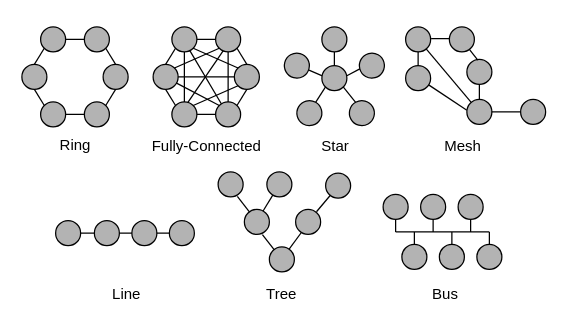
Earlier version of the draw.io diagram img/readme/Topologies.drawio (IvanComp/COORDINATE-2.0). Source tidied: cells renumbered, new cells numbered last; positions are measured from the earlier drawing's top-left corner, leaving out a move shared by most shapes. Both pictures are drawn from the tidied source at 125%, with x=0, y=0 at pixel (21, 26).
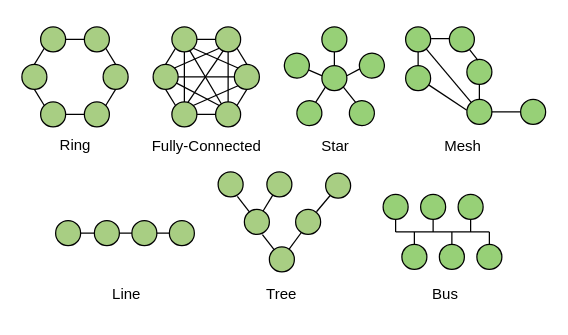
The same diagram, later.

Diff of the diagram source:
```diff
@@
-    <mxCell id="4" style="ellipse;whiteSpace=wrap;html=1;fillColor=#B3B3B3;strokeColor=light-dark(#000000, #446e2c);" parent="1" vertex="1">
+    <mxCell id="4" style="ellipse;whiteSpace=wrap;html=1;fillColor=light-dark(#a8ce83, #4a890c);strokeColor=#000000;fontColor=#ffffff;" parent="1" vertex="1">
       <mxGeometry y="30" width="20" height="20" as="geometry" />
     </mxCell>
@@
-    <mxCell id="6" style="ellipse;whiteSpace=wrap;html=1;fillColor=#B3B3B3;strokeColor=#000000;fontColor=#333333;" parent="1" vertex="1">
+    <mxCell id="6" style="ellipse;whiteSpace=wrap;html=1;fillColor=light-dark(#a8ce83, #4a890c);strokeColor=#000000;fontColor=#ffffff;" parent="1" vertex="1">
       <mxGeometry x="15" width="20" height="20" as="geometry" />
     </mxCell>
@@
-    <mxCell id="8" style="ellipse;whiteSpace=wrap;html=1;fillColor=#B3B3B3;strokeColor=light-dark(#000000, #446e2c);" parent="1" vertex="1">
+    <mxCell id="8" style="ellipse;whiteSpace=wrap;html=1;fillColor=light-dark(#a8ce83, #4a890c);strokeColor=#000000;fontColor=#ffffff;" parent="1" vertex="1">
       <mxGeometry x="15" y="60" width="20" height="20" as="geometry" />
     </mxCell>
@@
-    <mxCell id="10" style="ellipse;whiteSpace=wrap;html=1;fillColor=#B3B3B3;strokeColor=light-dark(#000000, #446e2c);" parent="1" vertex="1">
+    <mxCell id="10" style="ellipse;whiteSpace=wrap;html=1;fillColor=light-dark(#a8ce83, #4a890c);strokeColor=#000000;fontColor=#ffffff;" parent="1" vertex="1">
       <mxGeometry x="65" y="30" width="20" height="20" as="geometry" />
     </mxCell>
-    <mxCell id="11" style="ellipse;whiteSpace=wrap;html=1;fillColor=#B3B3B3;strokeColor=light-dark(#000000, #446e2c);" parent="1" vertex="1">
+    <mxCell id="11" style="ellipse;whiteSpace=wrap;html=1;fillColor=light-dark(#a8ce83, #4a890c);strokeColor=#000000;fontColor=#ffffff;" parent="1" vertex="1">
       <mxGeometry x="50" y="60" width="20" height="20" as="geometry" />
     </mxCell>
@@
-    <mxCell id="13" style="ellipse;whiteSpace=wrap;html=1;fillColor=#B3B3B3;strokeColor=light-dark(#000000, #446e2c);" parent="1" vertex="1">
+    <mxCell id="13" style="ellipse;whiteSpace=wrap;html=1;fillColor=light-dark(#a8ce83, #4a890c);strokeColor=#000000;fontColor=#ffffff;" parent="1" vertex="1">
       <mxGeometry x="27" y="155" width="20" height="20" as="geometry" />
     </mxCell>
-    <mxCell id="14" style="ellipse;whiteSpace=wrap;html=1;fillColor=#B3B3B3;strokeColor=light-dark(#000000, #446e2c);" parent="1" vertex="1">
+    <mxCell id="14" style="ellipse;whiteSpace=wrap;html=1;fillColor=light-dark(#a8ce83, #4a890c);strokeColor=#000000;fontColor=#ffffff;" parent="1" vertex="1">
       <mxGeometry x="58" y="155" width="20" height="20" as="geometry" />
     </mxCell>
-    <mxCell id="15" style="ellipse;whiteSpace=wrap;html=1;fillColor=#B3B3B3;strokeColor=light-dark(#000000, #446e2c);" parent="1" vertex="1">
+    <mxCell id="15" style="ellipse;whiteSpace=wrap;html=1;fillColor=light-dark(#a8ce83, #4a890c);strokeColor=#000000;fontColor=#ffffff;" parent="1" vertex="1">
       <mxGeometry x="88" y="155" width="20" height="20" as="geometry" />
     </mxCell>
-    <mxCell id="16" style="ellipse;whiteSpace=wrap;html=1;fillColor=#B3B3B3;strokeColor=light-dark(#000000, #446e2c);" parent="1" vertex="1">
+    <mxCell id="16" style="ellipse;whiteSpace=wrap;html=1;fillColor=light-dark(#a8ce83, #4a890c);strokeColor=#000000;fontColor=#ffffff;" parent="1" vertex="1">
       <mxGeometry x="118" y="155" width="20" height="20" as="geometry" />
     </mxCell>
-    <mxCell id="17" style="ellipse;whiteSpace=wrap;html=1;fillColor=#B3B3B3;strokeColor=light-dark(#000000, #446e2c);" parent="1" vertex="1">
+    <mxCell id="17" style="ellipse;whiteSpace=wrap;html=1;fillColor=light-dark(#a8ce83, #4a890c);strokeColor=#000000;fontColor=#ffffff;" parent="1" vertex="1">
       <mxGeometry x="50" width="20" height="20" as="geometry" />
     </mxCell>
@@
-    <mxCell id="19" style="ellipse;whiteSpace=wrap;html=1;fillColor=#B3B3B3;strokeColor=light-dark(#000000, #446e2c);" parent="1" vertex="1">
+    <mxCell id="19" style="ellipse;whiteSpace=wrap;html=1;fillColor=#97D077;strokeColor=light-dark(#000000, #446e2c);" parent="1" vertex="1">
       <mxGeometry x="289" y="134" width="20" height="20" as="geometry" />
     </mxCell>
-    <mxCell id="20" style="ellipse;whiteSpace=wrap;html=1;fillColor=#B3B3B3;strokeColor=light-dark(#000000, #446e2c);" parent="1" vertex="1">
+    <mxCell id="20" style="ellipse;whiteSpace=wrap;html=1;fillColor=#97D077;strokeColor=light-dark(#000000, #446e2c);" parent="1" vertex="1">
       <mxGeometry x="319" y="134" width="20" height="20" as="geometry" />
     </mxCell>
-    <mxCell id="21" style="ellipse;whiteSpace=wrap;html=1;fillColor=#B3B3B3;strokeColor=light-dark(#000000, #446e2c);" parent="1" vertex="1">
+    <mxCell id="21" style="ellipse;whiteSpace=wrap;html=1;fillColor=#97D077;strokeColor=light-dark(#000000, #446e2c);" parent="1" vertex="1">
       <mxGeometry x="349" y="134" width="20" height="20" as="geometry" />
     </mxCell>
@@
-    <mxCell id="24" style="ellipse;whiteSpace=wrap;html=1;fillColor=#B3B3B3;strokeColor=light-dark(#000000, #446e2c);" parent="1" vertex="1">
+    <mxCell id="24" style="ellipse;whiteSpace=wrap;html=1;fillColor=light-dark(#a8ce83, #4a890c);strokeColor=#000000;fontColor=#ffffff;" parent="1" vertex="1">
       <mxGeometry x="105" y="30" width="20" height="20" as="geometry" />
     </mxCell>
@@
-    <mxCell id="26" style="ellipse;whiteSpace=wrap;html=1;fillColor=#B3B3B3;strokeColor=light-dark(#000000, #446e2c);rotation=45;" parent="1" vertex="1">
+    <mxCell id="26" style="ellipse;whiteSpace=wrap;html=1;fillColor=light-dark(#a8ce83, #4a890c);strokeColor=#000000;rotation=45;fontColor=#ffffff;" parent="1" vertex="1">
       <mxGeometry x="120" width="20" height="20" as="geometry" />
     </mxCell>
@@
-    <mxCell id="30" style="ellipse;whiteSpace=wrap;html=1;fillColor=#B3B3B3;strokeColor=light-dark(#000000, #446e2c);" parent="1" vertex="1">
+    <mxCell id="30" style="ellipse;whiteSpace=wrap;html=1;fillColor=light-dark(#a8ce83, #4a890c);strokeColor=#000000;fontColor=#ffffff;" parent="1" vertex="1">
       <mxGeometry x="120" y="60" width="20" height="20" as="geometry" />
     </mxCell>
@@
-    <mxCell id="33" style="ellipse;whiteSpace=wrap;html=1;fillColor=#B3B3B3;strokeColor=light-dark(#000000, #446e2c);" parent="1" vertex="1">
+    <mxCell id="33" style="ellipse;whiteSpace=wrap;html=1;fillColor=light-dark(#a8ce83, #4a890c);strokeColor=#000000;fontColor=#ffffff;" parent="1" vertex="1">
       <mxGeometry x="170" y="30" width="20" height="20" as="geometry" />
     </mxCell>
@@
-    <mxCell id="37" style="ellipse;whiteSpace=wrap;html=1;fillColor=#B3B3B3;strokeColor=light-dark(#000000, #446e2c);" parent="1" vertex="1">
+    <mxCell id="37" style="ellipse;whiteSpace=wrap;html=1;fillColor=light-dark(#a8ce83, #4a890c);strokeColor=#000000;fontColor=#ffffff;" parent="1" vertex="1">
       <mxGeometry x="155" y="60" width="20" height="20" as="geometry" />
     </mxCell>
@@
-    <mxCell id="40" style="ellipse;whiteSpace=wrap;html=1;fillColor=#B3B3B3;strokeColor=light-dark(#000000, #446e2c);rotation=-45;" parent="1" vertex="1">
+    <mxCell id="40" style="ellipse;whiteSpace=wrap;html=1;fillColor=light-dark(#a8ce83, #4a890c);strokeColor=#000000;rotation=-45;fontColor=#ffffff;" parent="1" vertex="1">
       <mxGeometry x="155" width="20" height="20" as="geometry" />
     </mxCell>
@@
-    <mxCell id="44" style="ellipse;whiteSpace=wrap;html=1;fillColor=#B3B3B3;strokeColor=light-dark(#000000, #446e2c);rotation=60;" parent="1" vertex="1">
+    <mxCell id="44" style="ellipse;whiteSpace=wrap;html=1;fillColor=#97D077;strokeColor=light-dark(#000000, #446e2c);rotation=60;" parent="1" vertex="1">
       <mxGeometry x="210" y="21" width="20" height="20" as="geometry" />
     </mxCell>
@@
-    <mxCell id="46" style="ellipse;whiteSpace=wrap;html=1;fillColor=#B3B3B3;strokeColor=light-dark(#000000, #446e2c);rotation=-15;" parent="1" vertex="1">
+    <mxCell id="46" style="ellipse;whiteSpace=wrap;html=1;fillColor=#97D077;strokeColor=light-dark(#000000, #446e2c);rotation=-15;" parent="1" vertex="1">
       <mxGeometry x="220" y="59" width="20" height="20" as="geometry" />
     </mxCell>
@@
-    <mxCell id="48" style="ellipse;whiteSpace=wrap;html=1;fillColor=#B3B3B3;strokeColor=light-dark(#000000, #446e2c);rotation=15;" parent="1" vertex="1">
+    <mxCell id="48" style="ellipse;whiteSpace=wrap;html=1;fillColor=#97D077;strokeColor=light-dark(#000000, #446e2c);rotation=15;" parent="1" vertex="1">
       <mxGeometry x="262" y="59" width="20" height="20" as="geometry" />
     </mxCell>
@@
-    <mxCell id="50" style="ellipse;whiteSpace=wrap;html=1;fillColor=#B3B3B3;strokeColor=light-dark(#000000, #446e2c);" parent="1" vertex="1">
+    <mxCell id="50" style="ellipse;whiteSpace=wrap;html=1;fillColor=#97D077;strokeColor=light-dark(#000000, #446e2c);" parent="1" vertex="1">
       <mxGeometry x="240" y="31" width="20" height="20" as="geometry" />
     </mxCell>
@@
-    <mxCell id="52" style="ellipse;whiteSpace=wrap;html=1;fillColor=#B3B3B3;strokeColor=light-dark(#000000, #446e2c);rotation=-45;" parent="1" vertex="1">
+    <mxCell id="52" style="ellipse;whiteSpace=wrap;html=1;fillColor=#97D077;strokeColor=light-dark(#000000, #446e2c);rotation=-45;" parent="1" vertex="1">
       <mxGeometry x="240" width="20" height="20" as="geometry" />
     </mxCell>
-    <mxCell id="53" style="ellipse;whiteSpace=wrap;html=1;fillColor=#B3B3B3;strokeColor=light-dark(#000000, #446e2c);rotation=75;" parent="1" vertex="1">
+    <mxCell id="53" style="ellipse;whiteSpace=wrap;html=1;fillColor=#97D077;strokeColor=light-dark(#000000, #446e2c);rotation=75;" parent="1" vertex="1">
       <mxGeometry x="270" y="21" width="20" height="20" as="geometry" />
     </mxCell>
-    <mxCell id="54" style="ellipse;whiteSpace=wrap;html=1;fillColor=#B3B3B3;strokeColor=light-dark(#000000, #446e2c);" parent="1" vertex="1">
+    <mxCell id="54" style="ellipse;whiteSpace=wrap;html=1;fillColor=#97D077;strokeColor=light-dark(#000000, #446e2c);" parent="1" vertex="1">
       <mxGeometry x="304" y="174" width="20" height="20" as="geometry" />
     </mxCell>
-    <mxCell id="55" style="ellipse;whiteSpace=wrap;html=1;fillColor=#B3B3B3;strokeColor=light-dark(#000000, #446e2c);" parent="1" vertex="1">
+    <mxCell id="55" style="ellipse;whiteSpace=wrap;html=1;fillColor=#97D077;strokeColor=light-dark(#000000, #446e2c);" parent="1" vertex="1">
       <mxGeometry x="334" y="174" width="20" height="20" as="geometry" />
     </mxCell>
-    <mxCell id="56" style="ellipse;whiteSpace=wrap;html=1;fillColor=#B3B3B3;strokeColor=light-dark(#000000, #446e2c);" parent="1" vertex="1">
+    <mxCell id="56" style="ellipse;whiteSpace=wrap;html=1;fillColor=#97D077;strokeColor=light-dark(#000000, #446e2c);" parent="1" vertex="1">
       <mxGeometry x="364" y="174" width="20" height="20" as="geometry" />
     </mxCell>
@@
-    <mxCell id="64" style="ellipse;whiteSpace=wrap;html=1;fillColor=#B3B3B3;strokeColor=light-dark(#000000, #446e2c);" parent="1" vertex="1">
+    <mxCell id="64" style="ellipse;whiteSpace=wrap;html=1;fillColor=light-dark(#A8CE83,#000000);strokeColor=#000000;fontColor=#ffffff;" parent="1" vertex="1">
       <mxGeometry x="157" y="116" width="20" height="20" as="geometry" />
     </mxCell>
-    <mxCell id="65" style="ellipse;whiteSpace=wrap;html=1;fillColor=#B3B3B3;strokeColor=light-dark(#000000, #446e2c);" parent="1" vertex="1">
+    <mxCell id="65" style="ellipse;whiteSpace=wrap;html=1;fillColor=light-dark(#A8CE83,#000000);strokeColor=#000000;fontColor=#ffffff;" parent="1" vertex="1">
       <mxGeometry x="178" y="146" width="20" height="20" as="geometry" />
     </mxCell>
-    <mxCell id="66" style="ellipse;whiteSpace=wrap;html=1;fillColor=#B3B3B3;strokeColor=light-dark(#000000, #446e2c);" parent="1" vertex="1">
+    <mxCell id="66" style="ellipse;whiteSpace=wrap;html=1;fillColor=light-dark(#A8CE83,#000000);strokeColor=#000000;fontColor=#ffffff;" parent="1" vertex="1">
       <mxGeometry x="198" y="176" width="20" height="20" as="geometry" />
     </mxCell>
-    <mxCell id="67" style="ellipse;whiteSpace=wrap;html=1;fillColor=#B3B3B3;strokeColor=light-dark(#000000, #446e2c);" parent="1" vertex="1">
+    <mxCell id="67" style="ellipse;whiteSpace=wrap;html=1;fillColor=light-dark(#A8CE83,#000000);strokeColor=#000000;fontColor=#ffffff;" parent="1" vertex="1">
       <mxGeometry x="219" y="146" width="20" height="20" as="geometry" />
     </mxCell>
-    <mxCell id="68" style="ellipse;whiteSpace=wrap;html=1;fillColor=#B3B3B3;strokeColor=light-dark(#000000, #446e2c);" parent="1" vertex="1">
+    <mxCell id="68" style="ellipse;whiteSpace=wrap;html=1;fillColor=light-dark(#A8CE83,#000000);strokeColor=#000000;fontColor=#ffffff;" parent="1" vertex="1">
       <mxGeometry x="243" y="117" width="20" height="20" as="geometry" />
     </mxCell>
-    <mxCell id="69" style="ellipse;whiteSpace=wrap;html=1;fillColor=#B3B3B3;strokeColor=light-dark(#000000, #446e2c);" parent="1" vertex="1">
+    <mxCell id="69" style="ellipse;whiteSpace=wrap;html=1;fillColor=light-dark(#A8CE83,#000000);strokeColor=#000000;fontColor=#ffffff;" parent="1" vertex="1">
       <mxGeometry x="196" y="116" width="20" height="20" as="geometry" />
     </mxCell>
@@
-    <mxCell id="76" style="ellipse;whiteSpace=wrap;html=1;fillColor=#B3B3B3;strokeColor=light-dark(#000000, #446e2c);" parent="1" vertex="1">
+    <mxCell id="76" style="ellipse;whiteSpace=wrap;html=1;fillColor=#97D077;strokeColor=light-dark(#000000, #446e2c);" parent="1" vertex="1">
       <mxGeometry x="307" width="20" height="20" as="geometry" />
     </mxCell>
-    <mxCell id="77" style="ellipse;whiteSpace=wrap;html=1;fillColor=#B3B3B3;strokeColor=light-dark(#000000, #446e2c);" parent="1" vertex="1">
+    <mxCell id="77" style="ellipse;whiteSpace=wrap;html=1;fillColor=#97D077;strokeColor=light-dark(#000000, #446e2c);" parent="1" vertex="1">
       <mxGeometry x="307" y="31" width="20" height="20" as="geometry" />
     </mxCell>
@@
-    <mxCell id="79" style="ellipse;whiteSpace=wrap;html=1;fillColor=#B3B3B3;strokeColor=light-dark(#000000, #446e2c);" parent="1" vertex="1">
+    <mxCell id="79" style="ellipse;whiteSpace=wrap;html=1;fillColor=#97D077;strokeColor=light-dark(#000000, #446e2c);" parent="1" vertex="1">
       <mxGeometry x="356" y="26" width="20" height="20" as="geometry" />
     </mxCell>
-    <mxCell id="80" style="ellipse;whiteSpace=wrap;html=1;fillColor=#B3B3B3;strokeColor=light-dark(#000000, #446e2c);" parent="1" vertex="1">
+    <mxCell id="80" style="ellipse;whiteSpace=wrap;html=1;fillColor=#97D077;strokeColor=light-dark(#000000, #446e2c);" parent="1" vertex="1">
       <mxGeometry x="399" y="58" width="20" height="20" as="geometry" />
     </mxCell>
-    <mxCell id="81" style="ellipse;whiteSpace=wrap;html=1;fillColor=#B3B3B3;strokeColor=light-dark(#000000, #446e2c);" parent="1" vertex="1">
+    <mxCell id="81" style="ellipse;whiteSpace=wrap;html=1;fillColor=#97D077;strokeColor=light-dark(#000000, #446e2c);" parent="1" vertex="1">
       <mxGeometry x="342" width="20" height="20" as="geometry" />
     </mxCell>
-    <mxCell id="82" style="ellipse;whiteSpace=wrap;html=1;fillColor=#B3B3B3;strokeColor=light-dark(#000000, #446e2c);" parent="1" vertex="1">
+    <mxCell id="82" style="ellipse;whiteSpace=wrap;html=1;fillColor=#97D077;strokeColor=light-dark(#000000, #446e2c);" parent="1" vertex="1">
       <mxGeometry x="356" y="58" width="20" height="20" as="geometry" />
     </mxCell>
```
